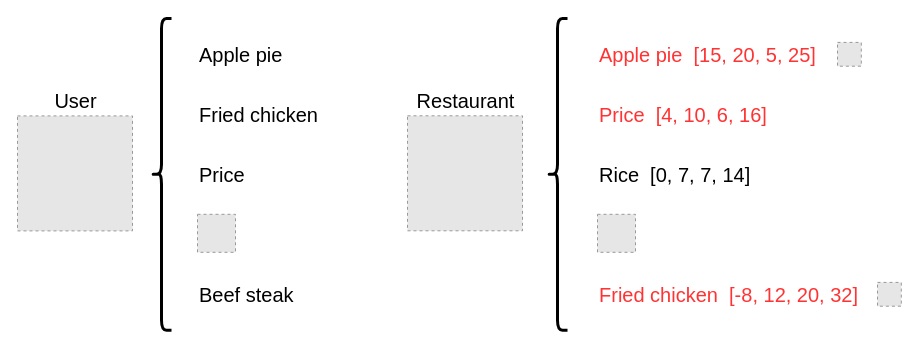
Before: argument.drawio in FengfanHu/Diagram, a draw.io diagram. Source tidied: cells renumbered, new cells numbered last; positions are measured from the earlier drawing's top-left corner, leaving out a move shared by most shapes. Both pictures are drawn from the tidied source at 100%, with x=0, y=0 at pixel (17, 18). Pictures stored in the file or linked from it are replaced by grey dashed boxes.
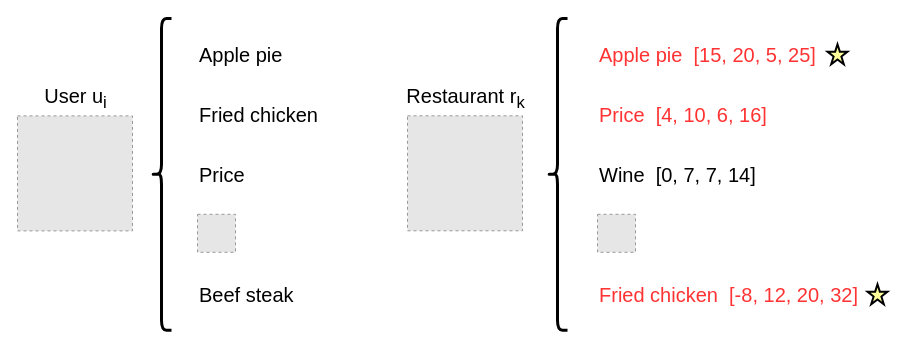
The same page after the edit.

Change to the diagram source:
```diff
@@
 <mxGraphModel>
   <root>
     <mxCell id="0" />
     <mxCell id="1" parent="0" />
-    <mxCell id="2" value="User" style="fillColor=#E6E6E6;strokeColor=#999999;dashed=1;html=1;verticalAlign=bottom;verticalLabelPosition=top;labelBackgroundColor=#ffffff;fontSize=20;labelPosition=center;align=center;" parent="1" vertex="1">
+    <mxCell id="2" value="User u&lt;sub&gt;i&lt;/sub&gt;" style="fillColor=#E6E6E6;strokeColor=#999999;dashed=1;html=1;verticalAlign=bottom;verticalLabelPosition=top;labelBackgroundColor=#ffffff;fontSize=20;labelPosition=center;align=center;" parent="1" vertex="1">
       <mxGeometry y="97.4" width="115" height="115" as="geometry" />
     </mxCell>
     <mxCell id="3" style="shape=curlyBracket;whiteSpace=wrap;html=1;rounded=1;strokeWidth=3;" parent="1" vertex="1">
       <mxGeometry x="134" width="20" height="311.7" as="geometry" />
     </mxCell>
     <mxCell id="4" value="&lt;font style=&quot;font-size: 20px;&quot;&gt;Apple pie&lt;/font&gt;" style="text;html=1;align=left;verticalAlign=middle;strokeColor=none;fillColor=none;" parent="1" vertex="1">
       <mxGeometry x="180" y="15.8" width="110" height="40" as="geometry" />
     </mxCell>
     <mxCell id="5" value="&lt;font style=&quot;font-size: 20px;&quot;&gt;Fried chicken&lt;/font&gt;" style="text;html=1;align=left;verticalAlign=middle;strokeColor=none;fillColor=none;" parent="1" vertex="1">
       <mxGeometry x="180" y="75.8" width="140" height="40" as="geometry" />
     </mxCell>
     <mxCell id="6" value="&lt;font style=&quot;font-size: 20px;&quot;&gt;Price&lt;/font&gt;" style="text;html=1;align=left;verticalAlign=middle;strokeColor=none;fillColor=none;" parent="1" vertex="1">
       <mxGeometry x="180" y="135.8" width="70" height="40" as="geometry" />
     </mxCell>
     <mxCell id="7" value="&lt;font style=&quot;font-size: 20px;&quot;&gt;Beef&amp;nbsp;steak&lt;/font&gt;" style="text;html=1;align=left;verticalAlign=middle;strokeColor=none;fillColor=none;" parent="1" vertex="1">
       <mxGeometry x="180" y="255.8" width="120" height="40" as="geometry" />
     </mxCell>
     <mxCell id="8" style="fillColor=#E6E6E6;strokeColor=#999999;dashed=1;html=1;verticalAlign=top;verticalLabelPosition=bottom;labelBackgroundColor=#ffffff;fontSize=18;" parent="1" vertex="1">
       <mxGeometry x="180" y="195.8" width="38" height="38" as="geometry" />
     </mxCell>
-    <mxCell id="9" value="Restaurant" style="fillColor=#E6E6E6;strokeColor=#999999;dashed=1;html=1;verticalAlign=bottom;verticalLabelPosition=top;labelBackgroundColor=#ffffff;fontSize=20;labelPosition=center;align=center;" parent="1" vertex="1">
+    <mxCell id="9" value="Restaurant r&lt;sub&gt;k&lt;/sub&gt;" style="fillColor=#E6E6E6;strokeColor=#999999;dashed=1;html=1;verticalAlign=bottom;verticalLabelPosition=top;labelBackgroundColor=#ffffff;fontSize=20;labelPosition=center;align=center;" parent="1" vertex="1">
       <mxGeometry x="390" y="97.3" width="115" height="115" as="geometry" />
     </mxCell>
     <mxCell id="10" style="shape=curlyBracket;whiteSpace=wrap;html=1;rounded=1;strokeWidth=3;" parent="1" vertex="1">
       <mxGeometry x="530" width="20" height="311.7" as="geometry" />
     </mxCell>
     <mxCell id="11" value="&lt;font color=&quot;#ff3333&quot; style=&quot;font-size: 20px;&quot;&gt;Apple pie&amp;nbsp; [15, 20, 5, 25]&lt;/font&gt;" style="text;html=1;align=left;verticalAlign=middle;strokeColor=none;fillColor=none;" parent="1" vertex="1">
       <mxGeometry x="580" y="15.8" width="240" height="40" as="geometry" />
     </mxCell>
     <mxCell id="12" value="&lt;font color=&quot;#ff3333&quot; style=&quot;font-size: 20px;&quot;&gt;Price&amp;nbsp;&amp;nbsp;&lt;/font&gt;&lt;span style=&quot;color: rgb(255, 51, 51); font-size: 20px;&quot;&gt;[4, 10, 6, 16]&lt;/span&gt;" style="text;html=1;align=left;verticalAlign=middle;strokeColor=none;fillColor=none;" parent="1" vertex="1">
       <mxGeometry x="580" y="75.8" width="190" height="40" as="geometry" />
     </mxCell>
     <mxCell id="13" style="fillColor=#E6E6E6;strokeColor=#999999;dashed=1;html=1;verticalAlign=top;verticalLabelPosition=bottom;labelBackgroundColor=#ffffff;fontSize=18;" parent="1" vertex="1">
       <mxGeometry x="580" y="195.8" width="38" height="38" as="geometry" />
     </mxCell>
-    <mxCell id="14" value="&lt;font style=&quot;font-size: 20px;&quot;&gt;Rice&amp;nbsp; [0, 7, 7, 14]&lt;/font&gt;" style="text;html=1;align=left;verticalAlign=middle;strokeColor=none;fillColor=none;" parent="1" vertex="1">
-      <mxGeometry x="580" y="135.8" width="170" height="40" as="geometry" />
+    <mxCell id="14" value="&lt;font style=&quot;font-size: 20px;&quot;&gt;Wine&amp;nbsp; [0, 7, 7, 14]&lt;/font&gt;" style="text;html=1;align=left;verticalAlign=middle;strokeColor=none;fillColor=none;" parent="1" vertex="1">
+      <mxGeometry x="580" y="135.8" width="180" height="40" as="geometry" />
     </mxCell>
     <mxCell id="15" value="&lt;span style=&quot;font-size: 20px;&quot;&gt;&lt;font color=&quot;#ff3333&quot;&gt;Fried chicken&amp;nbsp; [-8, 12, 20, 32]&lt;/font&gt;&lt;/span&gt;" style="text;html=1;align=left;verticalAlign=middle;strokeColor=none;fillColor=none;" parent="1" vertex="1">
       <mxGeometry x="580" y="255.8" width="280" height="40" as="geometry" />
     </mxCell>
-    <mxCell id="16" style="fillColor=#E6E6E6;strokeColor=#999999;dashed=1;html=1;verticalAlign=top;verticalLabelPosition=bottom;labelBackgroundColor=#ffffff;fontSize=20;fontColor=#FF3333;" parent="1" vertex="1">
-      <mxGeometry x="820" y="23.9" width="23.8" height="23.8" as="geometry" />
-    </mxCell>
-    <mxCell id="17" style="fillColor=#E6E6E6;strokeColor=#999999;dashed=1;html=1;verticalAlign=top;verticalLabelPosition=bottom;labelBackgroundColor=#ffffff;fontSize=20;fontColor=#FF3333;" parent="1" vertex="1">
-      <mxGeometry x="860" y="263.9" width="23.8" height="23.8" as="geometry" />
-    </mxCell>
+    <mxCell id="18" style="verticalLabelPosition=bottom;verticalAlign=top;html=1;shape=mxgraph.basic.star;labelBackgroundColor=none;fillColor=#FFFF99;strokeColor=default;strokeWidth=2;" parent="1" vertex="1">
+      <mxGeometry x="810" y="25.8" width="20" height="20" as="geometry" />
+    </mxCell>
+    <mxCell id="19" style="verticalLabelPosition=bottom;verticalAlign=top;html=1;shape=mxgraph.basic.star;labelBackgroundColor=none;fillColor=#FFFF99;strokeColor=default;strokeWidth=2;" parent="1" vertex="1">
+      <mxGeometry x="850" y="265.8" width="20" height="20" as="geometry" />
+    </mxCell>
   </root>
 </mxGraphModel>
```
